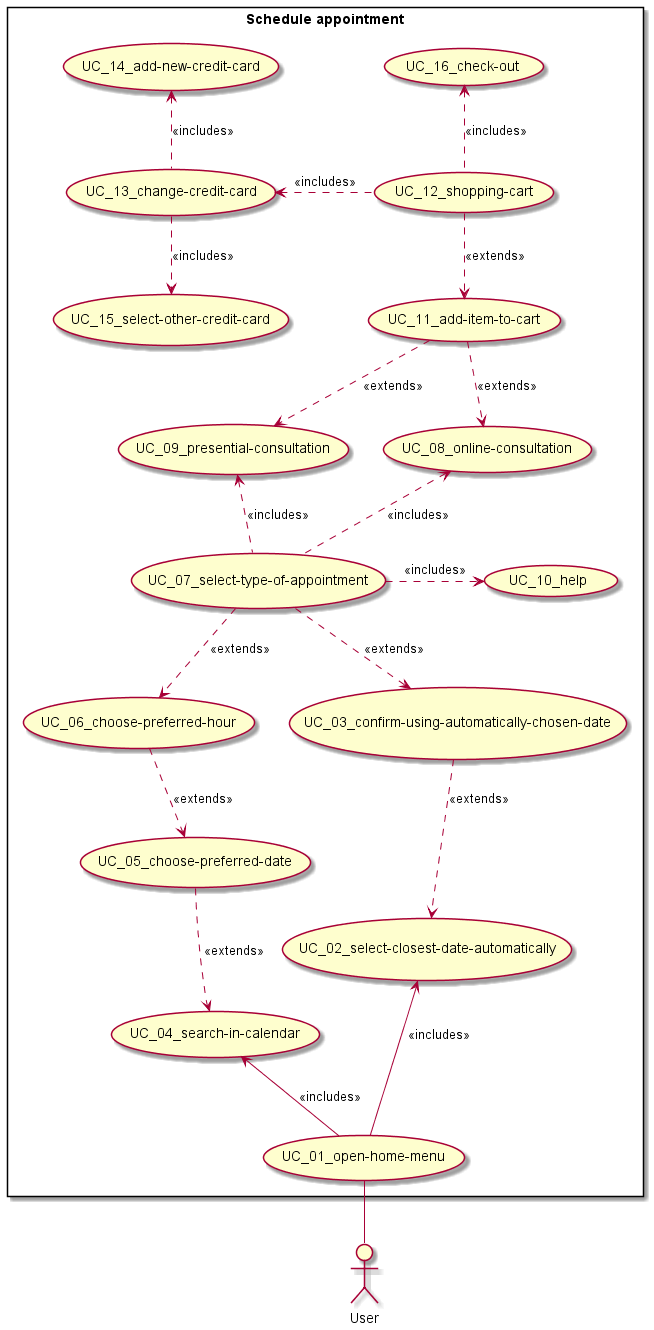
Earlier version of the PlantUML export use_cases/diagram_01_schedule-appointment/schedule-appointment.png (appointment-octopus/docs). Source of this version:
```plantuml
@startuml
skinparam packageStyle rectangle
actor :User: as user

rectangle "Schedule appointment" {
    (UC_01_open-home-menu) as uc01

    (UC_02_select-closest-date-automatically) as uc02
        (UC_03_confirm-using-automatically-chosen-date) as uc03

    (UC_04_search-in-calendar) as uc04
        (UC_05_choose-preferred-date) as uc05
        (UC_06_choose-preferred-hour) as uc06

    (UC_07_select-type-of-appointment) as uc07
        (UC_08_online-consultation) as uc08
        (UC_09_presential-consultation) as uc09

        (UC_10_help) as uc10

    (UC_11_add-item-to-cart) as uc11
    (UC_12_shopping-cart) as uc12
        (UC_13_change-credit-card) as uc13
            (UC_14_add-new-credit-card) as uc14
            (UC_15_select-other-credit-card) as uc15
        (UC_16_check-out) as uc16

    user -up- uc01

    uc01 -up-> uc02 : << includes >>
    uc01 -up-> uc04 : << includes >>

    uc02 <.up. uc03 : << extends >>

    uc04 <.up. uc05 : << extends >>
    uc05 <.up. uc06 : << extends >>

    uc07 ..> uc03 : << extends >>
    uc07 ..> uc06 : << extends >>

    uc07 .up.> uc08 : << includes >>
    uc07 .up.> uc09 : << includes >>
    uc07 .right.> uc10 : << includes >>

    uc08 <.up. uc11 : << extends >>
    uc09 <.up. uc11 : << extends >>

    uc11 <.up. uc12 : << extends >>

    uc12 .left.> uc13 : << includes >>
    uc12 .up.> uc16 : << includes >>

    uc13 .up.> uc14 : << includes >>
    uc13 .down.> uc15 : << includes >>

}

@enduml
```
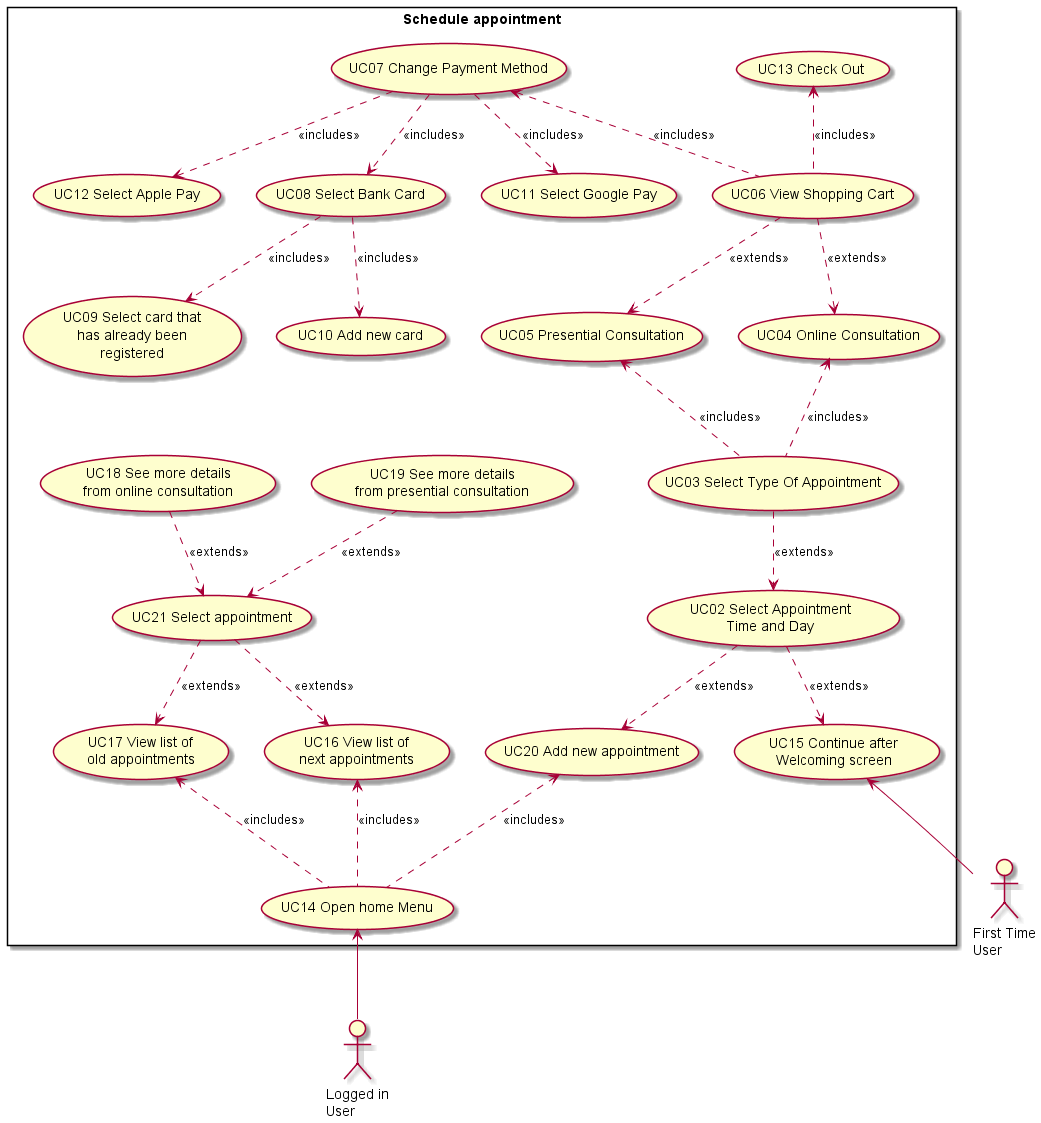
Above is the later version.

Commit message:
changing appointment diagram and adding profile diagram; both readmes needs refactoring

What changed in the source:
```diff
@@ -1,58 +1,69 @@
 @startuml
 skinparam packageStyle rectangle
-actor :User: as user
+
+actor :First Time\nUser: as first_time_user
+actor :Logged in\nUser: as loggedin_user
 
 rectangle "Schedule appointment" {
-    (UC_01_open-home-menu) as uc01
 
-    (UC_02_select-closest-date-automatically) as uc02
-        (UC_03_confirm-using-automatically-chosen-date) as uc03
+    (UC02 Select Appointment\nTime and Day) as select_appointment_time_and_day
 
-    (UC_04_search-in-calendar) as uc04
-        (UC_05_choose-preferred-date) as uc05
-        (UC_06_choose-preferred-hour) as uc06
+    (UC03 Select Type Of Appointment) as select_type_of_appointment
+        (UC04 Online Consultation) as online_consultation
+        (UC05 Presential Consultation) as presential_consultation
 
-    (UC_07_select-type-of-appointment) as uc07
-        (UC_08_online-consultation) as uc08
-        (UC_09_presential-consultation) as uc09
+    (UC06 View Shopping Cart) as view_shopping_cart
+        (UC07 Change Payment Method) as change_payment_method
+            (UC08 Select Bank Card) as select_bank_card
+                (UC09 Select card that\nhas already been\nregistered) as select_card_that_has_already_been_registered
+                (UC10 Add new card) as add_new_card
+            (UC11 Select Google Pay) as select_google_pay
+            (UC12 Select Apple Pay) as select_apple_pay
+        (UC13 Check Out) as check_out
 
-        (UC_10_help) as uc10
+    (UC14 Open home Menu) as open_home_menu
+    (UC15 Continue after\nWelcoming screen) as continue_after_welcoming_screen
 
-    (UC_11_add-item-to-cart) as uc11
-    (UC_12_shopping-cart) as uc12
-        (UC_13_change-credit-card) as uc13
-            (UC_14_add-new-credit-card) as uc14
-            (UC_15_select-other-credit-card) as uc15
-        (UC_16_check-out) as uc16
+    (UC20 Add new appointment) as add_new_appointment
+    (UC16 View list of\nnext appointments) as view_next_appointments
+    (UC17 View list of\nold appointments) as view_old_appointments
+    (UC21 Select appointment) as select_appointment
+    (UC18 See more details\nfrom online consultation) as see_more_details_from_online_consultation
+    (UC19 See more details\nfrom presential consultation) as see_more_details_from_presential_consultation
 
-    user -up- uc01
+    first_time_user  -up->  continue_after_welcoming_screen
+    loggedin_user    -up->  open_home_menu
 
-    uc01 -up-> uc02 : << includes >>
-    uc01 -up-> uc04 : << includes >>
+    open_home_menu                      .up.>  add_new_appointment : << includes >>
+    add_new_appointment                 <.up.  select_appointment_time_and_day : << extends >>
+    continue_after_welcoming_screen     <.up.  select_appointment_time_and_day : << extends >>
 
-    uc02 <.up. uc03 : << extends >>
+    select_appointment_time_and_day     <.up.  select_type_of_appointment : << extends >>
 
-    uc04 <.up. uc05 : << extends >>
-    uc05 <.up. uc06 : << extends >>
+    select_type_of_appointment  .up.>  online_consultation : << includes >>
+    select_type_of_appointment  .up.>  presential_consultation : << includes >>
 
-    uc07 ..> uc03 : << extends >>
-    uc07 ..> uc06 : << extends >>
+    online_consultation <.up. view_shopping_cart : << extends >>
+    presential_consultation <.up. view_shopping_cart : << extends >>
 
-    uc07 .up.> uc08 : << includes >>
-    uc07 .up.> uc09 : << includes >>
-    uc07 .right.> uc10 : << includes >>
+    view_shopping_cart .up.> change_payment_method : << includes >>
+    view_shopping_cart .up.> check_out : << includes >>
 
-    uc08 <.up. uc11 : << extends >>
-    uc09 <.up. uc11 : << extends >>
+    change_payment_method ..> select_bank_card : << includes >>
+    change_payment_method ..> select_google_pay : << includes >>
+    change_payment_method ..> select_apple_pay : << includes >>
 
-    uc11 <.up. uc12 : << extends >>
+    select_bank_card ..> select_card_that_has_already_been_registered : << includes >>
+    select_bank_card ..> add_new_card : << includes >>
 
-    uc12 .left.> uc13 : << includes >>
-    uc12 .up.> uc16 : << includes >>
+    open_home_menu  .up.> view_next_appointments : << includes >>
+    open_home_menu  .up.> view_old_appointments : << includes >>
 
-    uc13 .up.> uc14 : << includes >>
-    uc13 .down.> uc15 : << includes >>
+    view_next_appointments  <.up. select_appointment : << extends >>
+    view_old_appointments  <.up. select_appointment : << extends >>
 
+    select_appointment <.up. see_more_details_from_online_consultation : << extends >>
+    select_appointment <.up. see_more_details_from_presential_consultation : << extends >>
 }
 
 @enduml
```
